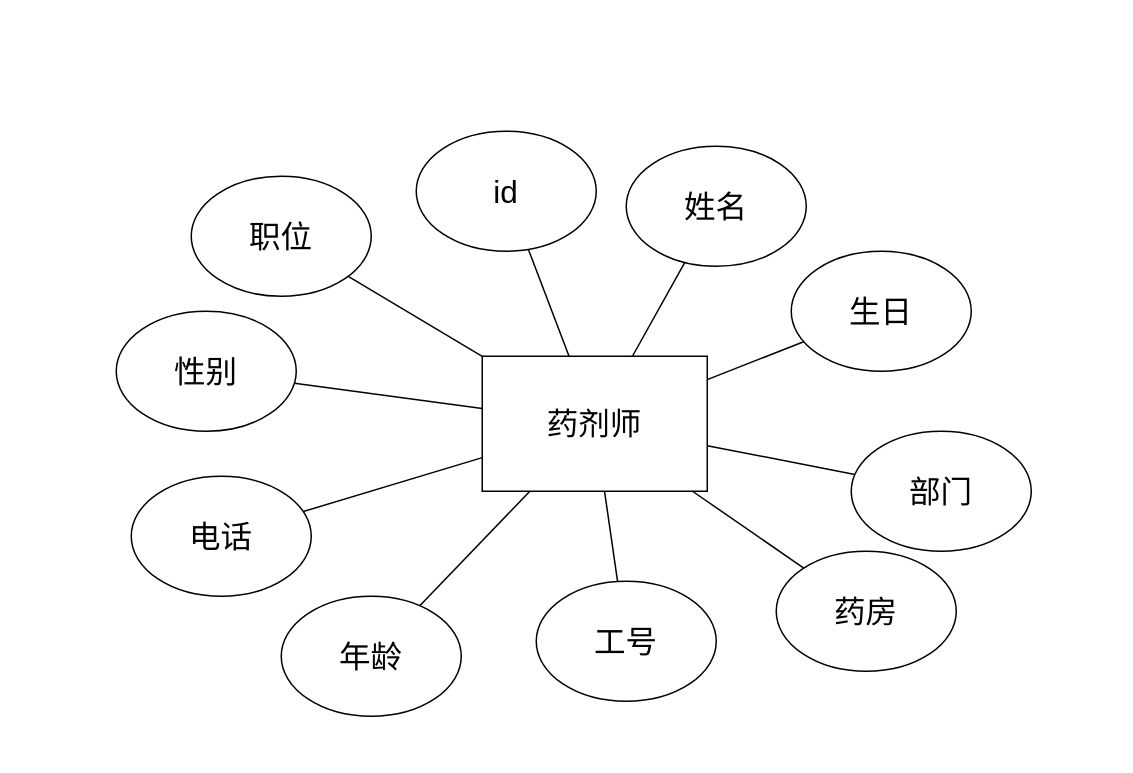
Before: page "第 4 页" (4 of 9) of 用例图/医疗信息系统E-R图.drawio in yansiro145/-, a draw.io diagram. Source tidied: cells renumbered, new cells numbered last; positions are measured from the earlier drawing's top-left corner, leaving out a move shared by most shapes. Both pictures are drawn from the tidied source at 150%, with x=0, y=0 at pixel (116, 130).
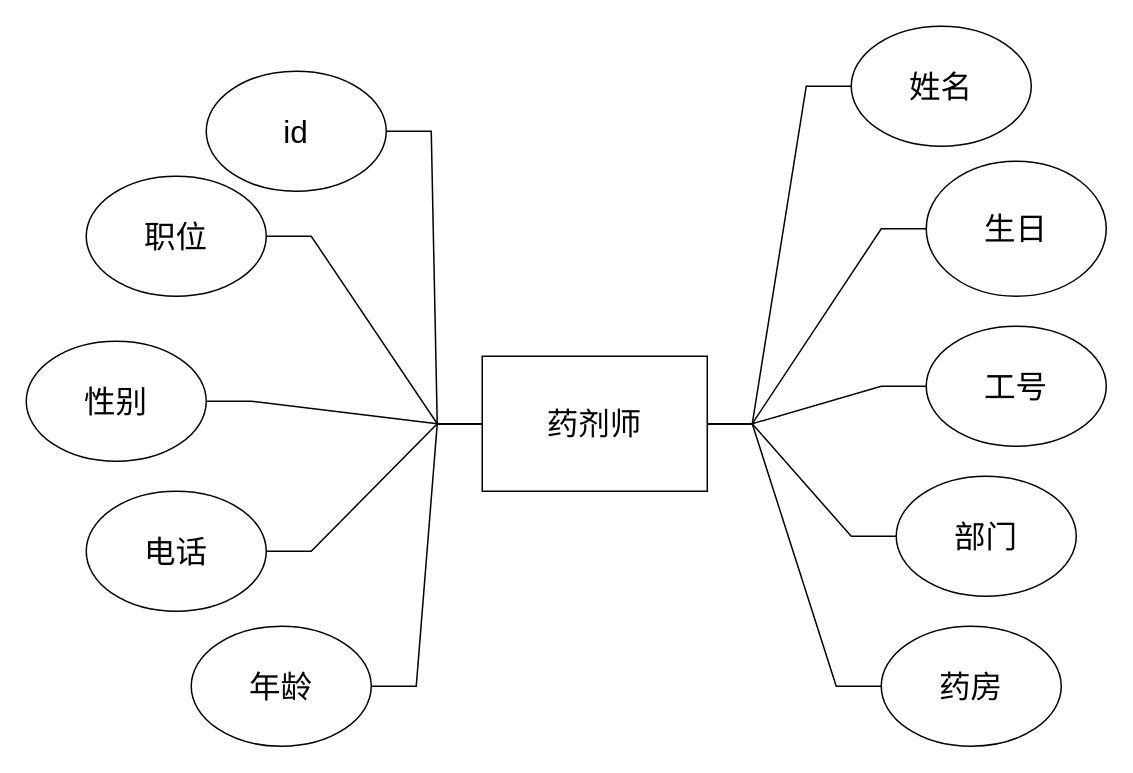
After the change.

The change refers to these unchanged cells:
```xml
<mxCell id="13" value="药剂师" style="rounded=0;whiteSpace=wrap;html=1;fontFamily=Helvetica;fontSize=21;fontColor=default;strokeColor=default;fillColor=default;" parent="1" vertex="1">
  <mxGeometry x="244" y="150" width="150" height="90" as="geometry" />
</mxCell>
```

Change to the diagram source:
```diff
@@
     <mxCell id="2" value="性别" style="ellipse;whiteSpace=wrap;html=1;fontFamily=Helvetica;fontSize=21;fontColor=default;strokeColor=default;fillColor=default;" parent="1" vertex="1">
-      <mxGeometry y="120" width="120" height="80" as="geometry" />
+      <mxGeometry x="-60" y="140" width="120" height="80" as="geometry" />
     </mxCell>
-    <mxCell id="3" style="edgeStyle=none;rounded=0;jettySize=auto;html=1;fontFamily=Helvetica;fontSize=21;fontColor=default;endArrow=none;endFill=0;" parent="1" edge="1" source="13" target="16">
+    <mxCell id="3" style="edgeStyle=entityRelationEdgeStyle;rounded=0;jettySize=auto;html=1;fontFamily=Helvetica;fontSize=21;fontColor=default;endArrow=none;endFill=0;" parent="1" edge="1" source="13" target="16">
       <mxGeometry relative="1" as="geometry" />
     </mxCell>
-    <mxCell id="4" style="edgeStyle=none;rounded=0;jettySize=auto;html=1;fontFamily=Helvetica;fontSize=21;fontColor=default;endArrow=none;endFill=0;" parent="1" edge="1" source="13" target="20">
+    <mxCell id="4" style="edgeStyle=entityRelationEdgeStyle;rounded=0;jettySize=auto;html=1;fontFamily=Helvetica;fontSize=21;fontColor=default;endArrow=none;endFill=0;" parent="1" edge="1" source="13" target="20">
       <mxGeometry relative="1" as="geometry" />
     </mxCell>
-    <mxCell id="5" style="edgeStyle=none;rounded=0;jettySize=auto;html=1;fontFamily=Helvetica;fontSize=21;fontColor=default;endArrow=none;endFill=0;" parent="1" edge="1" source="13" target="22">
+    <mxCell id="5" style="edgeStyle=entityRelationEdgeStyle;rounded=0;jettySize=auto;html=1;fontFamily=Helvetica;fontSize=21;fontColor=default;endArrow=none;endFill=0;" parent="1" edge="1" source="13" target="22">
       <mxGeometry relative="1" as="geometry" />
     </mxCell>
-    <mxCell id="6" style="edgeStyle=none;rounded=0;jettySize=auto;html=1;fontFamily=Helvetica;fontSize=21;fontColor=default;endArrow=none;endFill=0;" parent="1" edge="1" source="13" target="17">
+    <mxCell id="6" style="edgeStyle=entityRelationEdgeStyle;rounded=0;jettySize=auto;html=1;fontFamily=Helvetica;fontSize=21;fontColor=default;endArrow=none;endFill=0;" parent="1" edge="1" source="13" target="17">
       <mxGeometry relative="1" as="geometry" />
     </mxCell>
-    <mxCell id="7" style="edgeStyle=none;rounded=0;jettySize=auto;html=1;fontFamily=Helvetica;fontSize=21;fontColor=default;endArrow=none;endFill=0;" parent="1" edge="1" source="13" target="18">
+    <mxCell id="7" style="edgeStyle=entityRelationEdgeStyle;rounded=0;jettySize=auto;html=1;fontFamily=Helvetica;fontSize=21;fontColor=default;endArrow=none;endFill=0;" parent="1" edge="1" source="13" target="18">
       <mxGeometry relative="1" as="geometry" />
     </mxCell>
-    <mxCell id="8" style="edgeStyle=none;rounded=0;jettySize=auto;html=1;fontFamily=Helvetica;fontSize=21;fontColor=default;endArrow=none;endFill=0;" parent="1" edge="1" source="13" target="19">
+    <mxCell id="8" style="edgeStyle=entityRelationEdgeStyle;rounded=0;jettySize=auto;html=1;fontFamily=Helvetica;fontSize=21;fontColor=default;endArrow=none;endFill=0;" parent="1" edge="1" source="13" target="19">
       <mxGeometry relative="1" as="geometry" />
     </mxCell>
-    <mxCell id="9" style="edgeStyle=none;rounded=0;jettySize=auto;html=1;fontFamily=Helvetica;fontSize=21;fontColor=default;endArrow=none;endFill=0;" parent="1" edge="1" source="13" target="2">
+    <mxCell id="9" style="edgeStyle=entityRelationEdgeStyle;rounded=0;jettySize=auto;html=1;fontFamily=Helvetica;fontSize=21;fontColor=default;endArrow=none;endFill=0;" parent="1" edge="1" source="13" target="2">
       <mxGeometry relative="1" as="geometry" />
     </mxCell>
-    <mxCell id="10" style="edgeStyle=none;rounded=0;jettySize=auto;html=1;fontFamily=Helvetica;fontSize=21;fontColor=default;endArrow=none;endFill=0;" parent="1" edge="1" source="13" target="14">
+    <mxCell id="10" style="edgeStyle=entityRelationEdgeStyle;rounded=0;jettySize=auto;html=1;fontFamily=Helvetica;fontSize=21;fontColor=default;endArrow=none;endFill=0;" parent="1" edge="1" source="13" target="14">
       <mxGeometry relative="1" as="geometry" />
     </mxCell>
-    <mxCell id="11" style="edgeStyle=none;rounded=0;jettySize=auto;html=1;fontFamily=Helvetica;fontSize=21;fontColor=default;endArrow=none;endFill=0;" parent="1" edge="1" source="13" target="15">
+    <mxCell id="11" style="edgeStyle=entityRelationEdgeStyle;rounded=0;jettySize=auto;html=1;fontFamily=Helvetica;fontSize=21;fontColor=default;endArrow=none;endFill=0;" parent="1" edge="1" source="13" target="15">
       <mxGeometry relative="1" as="geometry" />
     </mxCell>
-    <mxCell id="12" style="edgeStyle=none;rounded=0;jettySize=auto;html=1;fontFamily=Helvetica;fontSize=21;fontColor=default;endArrow=none;endFill=0;" parent="1" edge="1" source="13" target="21">
+    <mxCell id="12" style="edgeStyle=entityRelationEdgeStyle;rounded=0;jettySize=auto;html=1;fontFamily=Helvetica;fontSize=21;fontColor=default;endArrow=none;endFill=0;" parent="1" edge="1" source="13" target="21">
       <mxGeometry relative="1" as="geometry" />
     </mxCell>
@@
     <mxCell id="14" value="职位" style="ellipse;whiteSpace=wrap;html=1;fontFamily=Helvetica;fontSize=21;fontColor=default;strokeColor=default;fillColor=default;" parent="1" vertex="1">
-      <mxGeometry x="50" y="30" width="120" height="80" as="geometry" />
+      <mxGeometry x="-20" y="30" width="120" height="80" as="geometry" />
     </mxCell>
     <mxCell id="15" value="id" style="ellipse;whiteSpace=wrap;html=1;fontFamily=Helvetica;fontSize=21;fontColor=default;strokeColor=default;fillColor=default;" parent="1" vertex="1">
-      <mxGeometry x="200" width="120" height="80" as="geometry" />
+      <mxGeometry x="60" y="-40" width="120" height="80" as="geometry" />
     </mxCell>
     <mxCell id="16" value="生日" style="ellipse;whiteSpace=wrap;html=1;fontFamily=Helvetica;fontSize=21;fontColor=default;strokeColor=default;fillColor=default;" parent="1" vertex="1">
-      <mxGeometry x="450" y="80" width="120" height="80" as="geometry" />
+      <mxGeometry x="540" y="20" width="120" height="90" as="geometry" />
     </mxCell>
     <mxCell id="17" value="工号" style="ellipse;whiteSpace=wrap;html=1;fontFamily=Helvetica;fontSize=21;fontColor=default;strokeColor=default;fillColor=default;" parent="1" vertex="1">
-      <mxGeometry x="280" y="300" width="120" height="80" as="geometry" />
+      <mxGeometry x="540" y="130" width="120" height="80" as="geometry" />
     </mxCell>
     <mxCell id="18" value="年龄" style="ellipse;whiteSpace=wrap;html=1;fontFamily=Helvetica;fontSize=21;fontColor=default;strokeColor=default;fillColor=default;" parent="1" vertex="1">
-      <mxGeometry x="110" y="310" width="120" height="80" as="geometry" />
+      <mxGeometry x="50" y="330" width="120" height="80" as="geometry" />
     </mxCell>
     <mxCell id="19" value="电话" style="ellipse;whiteSpace=wrap;html=1;fontFamily=Helvetica;fontSize=21;fontColor=default;strokeColor=default;fillColor=default;" parent="1" vertex="1">
-      <mxGeometry x="10" y="230" width="120" height="80" as="geometry" />
+      <mxGeometry x="-20" y="240" width="120" height="80" as="geometry" />
     </mxCell>
     <mxCell id="20" value="部门" style="ellipse;whiteSpace=wrap;html=1;fontFamily=Helvetica;fontSize=21;fontColor=default;strokeColor=default;fillColor=default;" parent="1" vertex="1">
-      <mxGeometry x="490" y="200" width="120" height="80" as="geometry" />
+      <mxGeometry x="520" y="230" width="120" height="80" as="geometry" />
     </mxCell>
     <mxCell id="21" value="姓名" style="ellipse;whiteSpace=wrap;html=1;fontFamily=Helvetica;fontSize=21;fontColor=default;strokeColor=default;fillColor=default;" parent="1" vertex="1">
-      <mxGeometry x="340" y="10" width="120" height="80" as="geometry" />
+      <mxGeometry x="490" y="-70" width="120" height="80" as="geometry" />
     </mxCell>
     <mxCell id="22" value="药房" style="ellipse;whiteSpace=wrap;html=1;fontFamily=Helvetica;fontSize=21;fontColor=default;strokeColor=default;fillColor=default;" parent="1" vertex="1">
-      <mxGeometry x="440" y="280" width="120" height="80" as="geometry" />
+      <mxGeometry x="510" y="330" width="120" height="80" as="geometry" />
     </mxCell>
```
